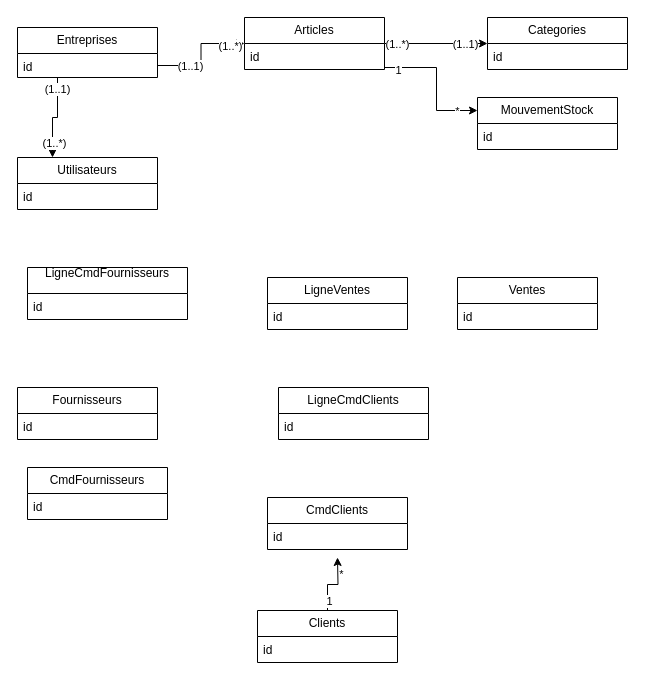
Before: src/config/Gestion de Stock.drawio in Eminence212/api-portfolio, a draw.io diagram. Source tidied: cells renumbered, new cells numbered last; positions are measured from the earlier drawing's top-left corner, leaving out a move shared by most shapes. Both pictures are drawn from the tidied source at 100%, with x=0, y=0 at pixel (17, 17).
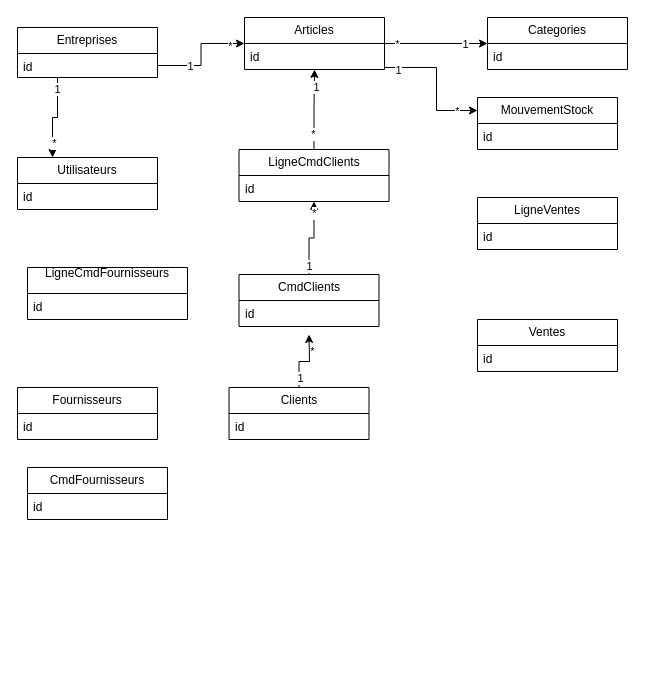
After the change.

Commit message (it also covers changes not shown here):
Mettre à jour Gestion de Stock.drawio

The change refers to these unchanged cells:
```xml
<mxCell id="6" style="edgeStyle=orthogonalEdgeStyle;rounded=0;jettySize=auto;html=1;" parent="1" edge="1" source="12" target="14">
  <mxGeometry relative="1" as="geometry" />
</mxCell>
<mxCell id="12" value="Articles" style="swimlane;fontStyle=0;horizontal=1;startSize=26;fillColor=none;whiteSpace=wrap;html=1;" parent="1" vertex="1">
  <mxGeometry x="227" width="140" height="52" as="geometry" />
</mxCell>
<mxCell id="37" style="edgeStyle=orthogonalEdgeStyle;rounded=0;jettySize=auto;html=1;entryX=0.25;entryY=0;entryDx=0;entryDy=0;" parent="1" edge="1" source="3" target="4">
  <mxGeometry relative="1" as="geometry">
    <Array as="points">
      <mxPoint x="40" y="100" />
      <mxPoint x="35" y="100" />
    </Array>
  </mxGeometry>
</mxCell>
<mxCell id="40" style="edgeStyle=orthogonalEdgeStyle;rounded=0;jettySize=auto;html=1;" parent="1" edge="1" source="3" target="12">
  <mxGeometry relative="1" as="geometry" />
</mxCell>
```

Diff of the diagram source:
```diff
@@
-    <mxCell id="7" value="(1..*)" style="edgeLabel;html=1;align=center;verticalAlign=middle;" parent="6" vertex="1">
+    <mxCell id="7" value="*" style="edgeLabel;html=1;align=center;verticalAlign=middle;" parent="6" vertex="1">
       <mxGeometry x="-0.77" relative="1" as="geometry" />
     </mxCell>
-    <mxCell id="8" value="(1..1)" style="edgeLabel;html=1;align=center;verticalAlign=middle;" parent="6" vertex="1">
+    <mxCell id="8" value="1" style="edgeLabel;html=1;align=center;verticalAlign=middle;" parent="6" vertex="1">
       <mxGeometry x="0.55" relative="1" as="geometry" />
     </mxCell>
@@
     <mxCell id="18" value="Ventes" style="swimlane;fontStyle=0;horizontal=1;startSize=26;fillColor=none;whiteSpace=wrap;html=1;" parent="1" vertex="1">
-      <mxGeometry x="440" y="260" width="140" height="52" as="geometry" />
+      <mxGeometry x="460" y="302" width="140" height="52" as="geometry" />
     </mxCell>
@@
     <mxCell id="20" style="edgeStyle=orthogonalEdgeStyle;rounded=0;jettySize=auto;html=1;" parent="1" edge="1" source="23">
       <mxGeometry relative="1" as="geometry">
-        <mxPoint x="320" y="540" as="targetPoint" />
+        <mxPoint x="291.5" y="317" as="targetPoint" />
       </mxGeometry>
     </mxCell>
@@
     <mxCell id="23" value="Clients" style="swimlane;fontStyle=0;horizontal=1;startSize=26;fillColor=none;whiteSpace=wrap;html=1;" parent="1" vertex="1">
-      <mxGeometry x="240" y="593" width="140" height="52" as="geometry" />
+      <mxGeometry x="211.5" y="370" width="140" height="52" as="geometry" />
     </mxCell>
@@
     <mxCell id="25" value="LigneVentes" style="swimlane;fontStyle=0;horizontal=1;startSize=26;fillColor=none;whiteSpace=wrap;html=1;" parent="1" vertex="1">
-      <mxGeometry x="250" y="260" width="140" height="52" as="geometry" />
+      <mxGeometry x="460" y="180" width="140" height="52" as="geometry" />
     </mxCell>
@@
+    <mxCell id="43" style="edgeStyle=orthogonalEdgeStyle;rounded=0;jettySize=auto;html=1;entryX=0.5;entryY=1;entryDx=0;entryDy=0;" parent="1" edge="1" source="31" target="12">
+      <mxGeometry relative="1" as="geometry" />
+    </mxCell>
+    <mxCell id="44" value="*" style="edgeLabel;html=1;align=center;verticalAlign=middle;" parent="43" vertex="1">
+      <mxGeometry x="-0.6" y="2" relative="1" as="geometry">
+        <mxPoint x="1" as="offset" />
+      </mxGeometry>
+    </mxCell>
+    <mxCell id="45" value="1" style="edgeLabel;html=1;align=center;verticalAlign=middle;" parent="43" vertex="1">
+      <mxGeometry x="0.6" y="-1" relative="1" as="geometry">
+        <mxPoint y="1" as="offset" />
+      </mxGeometry>
+    </mxCell>
     <mxCell id="31" value="&lt;div&gt;LigneCmdClients&lt;/div&gt;" style="swimlane;fontStyle=0;horizontal=1;startSize=26;fillColor=none;whiteSpace=wrap;html=1;" parent="1" vertex="1">
-      <mxGeometry x="261" y="370" width="150" height="52" as="geometry" />
+      <mxGeometry x="221.5" y="132" width="150" height="52" as="geometry" />
     </mxCell>
@@
+    <mxCell id="46" style="edgeStyle=orthogonalEdgeStyle;rounded=0;jettySize=auto;html=1;entryX=0.5;entryY=1;entryDx=0;entryDy=0;" parent="1" edge="1" source="35" target="31">
+      <mxGeometry relative="1" as="geometry" />
+    </mxCell>
+    <mxCell id="47" value="1" style="edgeLabel;html=1;align=center;verticalAlign=middle;" parent="46" vertex="1">
+      <mxGeometry x="-0.76" y="1" relative="1" as="geometry">
+        <mxPoint x="1" as="offset" />
+      </mxGeometry>
+    </mxCell>
+    <mxCell id="48" value="*" style="edgeLabel;html=1;align=center;verticalAlign=middle;" parent="46" vertex="1">
+      <mxGeometry x="0.71" relative="1" as="geometry" />
+    </mxCell>
     <mxCell id="35" value="CmdClients" style="swimlane;fontStyle=0;horizontal=1;startSize=26;fillColor=none;whiteSpace=wrap;html=1;" parent="1" vertex="1">
-      <mxGeometry x="250" y="480" width="140" height="52" as="geometry" />
+      <mxGeometry x="221.5" y="257" width="140" height="52" as="geometry" />
     </mxCell>
@@
-    <mxCell id="38" value="(1..*)" style="edgeLabel;html=1;align=center;verticalAlign=middle;" parent="37" vertex="1">
+    <mxCell id="38" value="*" style="edgeLabel;html=1;align=center;verticalAlign=middle;" parent="37" vertex="1">
       <mxGeometry x="0.65" y="1" relative="1" as="geometry" />
     </mxCell>
-    <mxCell id="39" value="(1..1)" style="edgeLabel;html=1;align=center;verticalAlign=middle;" parent="37" vertex="1">
+    <mxCell id="39" value="1" style="edgeLabel;html=1;align=center;verticalAlign=middle;" parent="37" vertex="1">
       <mxGeometry x="-0.74" y="-1" relative="1" as="geometry" />
     </mxCell>
@@
-    <mxCell id="41" value="(1..1)" style="edgeLabel;html=1;align=center;verticalAlign=middle;" parent="40" vertex="1">
+    <mxCell id="41" value="1" style="edgeLabel;html=1;align=center;verticalAlign=middle;" parent="40" vertex="1">
       <mxGeometry x="-0.41" relative="1" as="geometry" />
     </mxCell>
-    <mxCell id="42" value="(1..*)" style="edgeLabel;html=1;align=center;verticalAlign=middle;" parent="40" vertex="1">
+    <mxCell id="42" value="*" style="edgeLabel;html=1;align=center;verticalAlign=middle;" parent="40" vertex="1">
       <mxGeometry x="0.72" y="-2" relative="1" as="geometry" />
     </mxCell>
```
